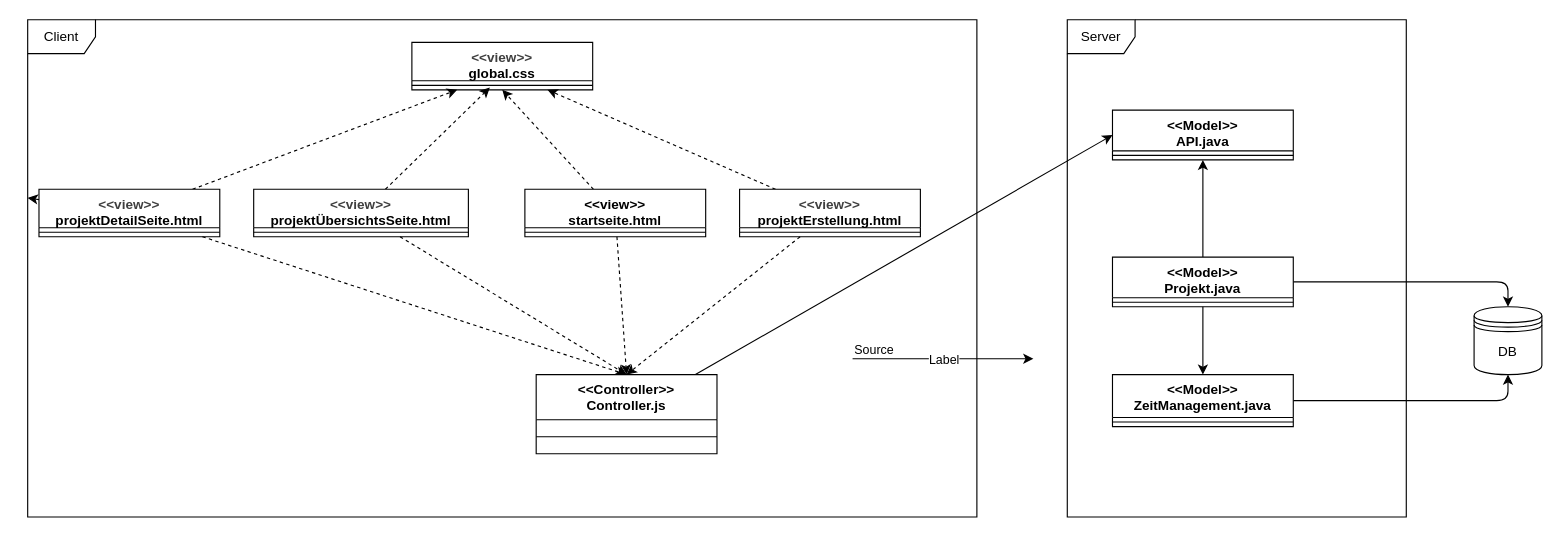
Weltenschlange/WebDev keeps this draw.io diagram as Praktikum 3/ArtefaktDiagram.dio. Above is the earlier version. Source tidied: cells renumbered, new cells numbered last; positions are measured from the earlier drawing's top-left corner, leaving out a move shared by most shapes. Both pictures are drawn from the tidied source at 113%, with x=0, y=0 at pixel (27, 19).
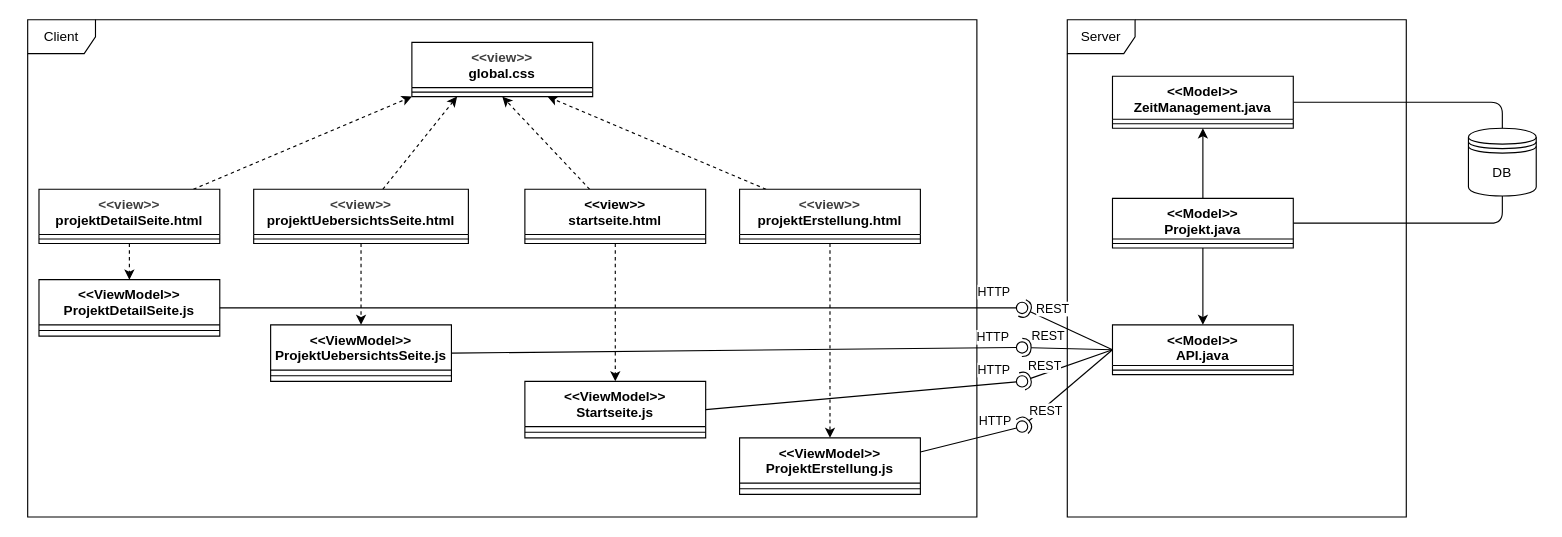
The same diagram, later.

The change refers to these unchanged cells:
```xml
<mxCell id="28" value="Client" style="shape=umlFrame;whiteSpace=wrap;html=1;" parent="1" vertex="1">
  <mxGeometry width="840" height="440" as="geometry" />
</mxCell>
```

What changed in the source:
```diff
@@
-    <mxCell id="2" value="&lt;div style=&quot;color: rgb(63, 63, 63); scrollbar-color: rgb(226, 226, 226) rgb(251, 251, 251);&quot;&gt;&amp;lt;&amp;lt;view&amp;gt;&amp;gt;&lt;/div&gt;&lt;span style=&quot;color: rgb(0, 0, 0);&quot;&gt;&lt;/span&gt;global.css" style="swimlane;fontStyle=1;align=center;verticalAlign=top;horizontal=1;startSize=34;whiteSpace=wrap;html=1;" parent="1" vertex="1">
-      <mxGeometry x="340" y="20" width="160" height="42" as="geometry" />
+    <mxCell id="2" value="&lt;div style=&quot;color: rgb(63, 63, 63); scrollbar-color: rgb(226, 226, 226) rgb(251, 251, 251);&quot;&gt;&amp;lt;&amp;lt;view&amp;gt;&amp;gt;&lt;/div&gt;&lt;span style=&quot;color: rgb(0, 0, 0);&quot;&gt;&lt;/span&gt;global.css" style="swimlane;fontStyle=1;align=center;verticalAlign=top;horizontal=1;startSize=40;whiteSpace=wrap;html=1;" parent="1" vertex="1">
+      <mxGeometry x="340" y="20" width="160" height="48" as="geometry" />
     </mxCell>
     <mxCell id="3" style="line;strokeWidth=1;fillColor=none;align=left;verticalAlign=middle;spacingTop=-1;spacingLeft=3;spacingRight=3;labelPosition=right;points=[];portConstraint=eastwest;strokeColor=inherit;" parent="2" vertex="1">
-      <mxGeometry y="34" width="160" height="8" as="geometry" />
+      <mxGeometry y="40" width="160" height="8" as="geometry" />
     </mxCell>
-    <mxCell id="4" style="edgeStyle=none;html=1;entryX=0.431;entryY=0.75;entryDx=0;entryDy=0;dashed=1;entryPerimeter=0;" parent="1" edge="1" source="6" target="3">
+    <mxCell id="4" style="edgeStyle=none;html=1;entryX=0.25;entryY=1;entryDx=0;entryDy=0;dashed=1;" parent="1" edge="1" source="6" target="2">
       <mxGeometry relative="1" as="geometry" />
     </mxCell>
-    <mxCell id="5" style="edgeStyle=none;html=1;entryX=0.5;entryY=0;entryDx=0;entryDy=0;dashed=1;" parent="1" edge="1" source="6" target="26">
+    <mxCell id="5" style="edgeStyle=none;html=1;entryX=0.5;entryY=0;entryDx=0;entryDy=0;dashed=1;" parent="1" edge="1" source="6" target="43">
       <mxGeometry relative="1" as="geometry" />
     </mxCell>
-    <mxCell id="6" value="&lt;div style=&quot;color: rgb(63, 63, 63); scrollbar-color: rgb(226, 226, 226) rgb(251, 251, 251);&quot;&gt;&amp;lt;&amp;lt;view&amp;gt;&amp;gt;&lt;/div&gt;&lt;span style=&quot;color: rgb(0, 0, 0);&quot;&gt;&lt;/span&gt;projektÜbersichtsSeite.html" style="swimlane;fontStyle=1;align=center;verticalAlign=top;horizontal=1;startSize=34;whiteSpace=wrap;html=1;" parent="1" vertex="1">
-      <mxGeometry x="200" y="150" width="190" height="42" as="geometry" />
+    <mxCell id="6" value="&lt;div style=&quot;color: rgb(63, 63, 63); scrollbar-color: rgb(226, 226, 226) rgb(251, 251, 251);&quot;&gt;&amp;lt;&amp;lt;view&amp;gt;&amp;gt;&lt;/div&gt;&lt;span style=&quot;color: rgb(0, 0, 0);&quot;&gt;&lt;/span&gt;projektUebersichtsSeite.html" style="swimlane;fontStyle=1;align=center;verticalAlign=top;horizontal=1;startSize=40;whiteSpace=wrap;html=1;" parent="1" vertex="1">
+      <mxGeometry x="200" y="150" width="190" height="48" as="geometry" />
     </mxCell>
     <mxCell id="7" style="line;strokeWidth=1;fillColor=none;align=left;verticalAlign=middle;spacingTop=-1;spacingLeft=3;spacingRight=3;labelPosition=right;strokeColor=inherit;" parent="6" vertex="1">
-      <mxGeometry y="34" width="190" height="8" as="geometry" />
+      <mxGeometry y="40" width="190" height="8" as="geometry" />
     </mxCell>
-    <mxCell id="8" style="edgeStyle=none;html=1;entryX=0.5;entryY=0;entryDx=0;entryDy=0;" parent="1" edge="1" source="11" target="31">
+    <mxCell id="8" style="edgeStyle=none;html=1;entryX=0.5;entryY=1;entryDx=0;entryDy=0;" parent="1" edge="1" source="11" target="31">
       <mxGeometry relative="1" as="geometry" />
     </mxCell>
-    <mxCell id="9" style="edgeStyle=none;html=1;entryX=0.5;entryY=1;entryDx=0;entryDy=0;" parent="1" edge="1" source="11" target="35">
+    <mxCell id="9" style="edgeStyle=none;html=1;entryX=0.5;entryY=0;entryDx=0;entryDy=0;" parent="1" edge="1" source="11" target="35">
       <mxGeometry relative="1" as="geometry" />
     </mxCell>
     <mxCell id="10" style="edgeStyle=none;html=1;entryX=0.5;entryY=0;entryDx=0;entryDy=0;" parent="1" edge="1" source="11" target="37">
       <mxGeometry relative="1" as="geometry">
         <Array as="points">
-          <mxPoint x="1310" y="232" />
+          <mxPoint x="1305" y="180" />
         </Array>
       </mxGeometry>
     </mxCell>
     <mxCell id="11" value="&lt;div&gt;&amp;lt;&amp;lt;Model&amp;gt;&amp;gt;&lt;/div&gt;Projekt.java" style="swimlane;fontStyle=1;align=center;verticalAlign=top;horizontal=1;startSize=36;whiteSpace=wrap;html=1;" parent="1" vertex="1">
-      <mxGeometry x="960" y="210" width="160" height="44" as="geometry" />
+      <mxGeometry x="960" y="158" width="160" height="44" as="geometry" />
     </mxCell>
@@
-    <mxCell id="14" style="edgeStyle=none;html=1;entryX=0.5;entryY=0;entryDx=0;entryDy=0;dashed=1;" parent="1" edge="1" source="15" target="26">
+    <mxCell id="14" style="edgeStyle=none;html=1;entryX=0.5;entryY=0;entryDx=0;entryDy=0;dashed=1;" parent="1" edge="1" source="15" target="41">
       <mxGeometry relative="1" as="geometry" />
     </mxCell>
-    <mxCell id="15" value="&lt;div&gt;&amp;lt;&amp;lt;view&amp;gt;&amp;gt;&lt;/div&gt;startseite.html" style="swimlane;fontStyle=1;align=center;verticalAlign=top;horizontal=1;startSize=34;whiteSpace=wrap;html=1;" parent="1" vertex="1">
-      <mxGeometry x="440" y="150" width="160" height="42" as="geometry" />
+    <mxCell id="15" value="&lt;div&gt;&amp;lt;&amp;lt;view&amp;gt;&amp;gt;&lt;/div&gt;startseite.html" style="swimlane;fontStyle=1;align=center;verticalAlign=top;horizontal=1;startSize=40;whiteSpace=wrap;html=1;" parent="1" vertex="1">
+      <mxGeometry x="440" y="150" width="160" height="48" as="geometry" />
     </mxCell>
     <mxCell id="16" style="line;strokeWidth=1;fillColor=none;align=left;verticalAlign=middle;spacingTop=-1;spacingLeft=3;spacingRight=3;labelPosition=right;strokeColor=inherit;" parent="15" vertex="1">
-      <mxGeometry y="34" width="160" height="8" as="geometry" />
+      <mxGeometry y="40" width="160" height="8" as="geometry" />
     </mxCell>
-    <mxCell id="17" style="edgeStyle=none;html=1;entryX=0.25;entryY=1;entryDx=0;entryDy=0;dashed=1;" parent="1" edge="1" source="20" target="2">
+    <mxCell id="17" style="edgeStyle=none;html=1;entryX=0;entryY=1;entryDx=0;entryDy=0;dashed=1;" parent="1" edge="1" source="20" target="2">
       <mxGeometry relative="1" as="geometry" />
     </mxCell>
-    <mxCell id="18" style="edgeStyle=none;html=1;entryX=0.5;entryY=0;entryDx=0;entryDy=0;dashed=1;" parent="1" edge="1" source="20" target="26">
+    <mxCell id="18" style="edgeStyle=none;html=1;entryX=0.5;entryY=0;entryDx=0;entryDy=0;dashed=1;" parent="1" edge="1" source="20" target="45">
       <mxGeometry relative="1" as="geometry" />
     </mxCell>
-    <mxCell id="19" style="edgeStyle=none;html=1;" parent="1" edge="1" source="20" target="28">
-      <mxGeometry relative="1" as="geometry" />
-    </mxCell>
-    <mxCell id="20" value="&lt;div style=&quot;color: rgb(63, 63, 63); scrollbar-color: rgb(226, 226, 226) rgb(251, 251, 251);&quot;&gt;&amp;lt;&amp;lt;view&amp;gt;&amp;gt;&lt;/div&gt;&lt;span style=&quot;color: rgb(0, 0, 0);&quot;&gt;&lt;/span&gt;projektDetailSeite.html" style="swimlane;fontStyle=1;align=center;verticalAlign=top;horizontal=1;startSize=34;whiteSpace=wrap;html=1;" parent="1" vertex="1">
-      <mxGeometry x="10" y="150" width="160" height="42" as="geometry" />
+    <mxCell id="20" value="&lt;div style=&quot;color: rgb(63, 63, 63); scrollbar-color: rgb(226, 226, 226) rgb(251, 251, 251);&quot;&gt;&amp;lt;&amp;lt;view&amp;gt;&amp;gt;&lt;/div&gt;&lt;span style=&quot;color: rgb(0, 0, 0);&quot;&gt;&lt;/span&gt;projektDetailSeite.html" style="swimlane;fontStyle=1;align=center;verticalAlign=top;horizontal=1;startSize=40;whiteSpace=wrap;html=1;" parent="1" vertex="1">
+      <mxGeometry x="10" y="150" width="160" height="48" as="geometry" />
     </mxCell>
     <mxCell id="21" style="line;strokeWidth=1;fillColor=none;align=left;verticalAlign=middle;spacingTop=-1;spacingLeft=3;spacingRight=3;labelPosition=right;strokeColor=inherit;" parent="20" vertex="1">
-      <mxGeometry y="34" width="160" height="8" as="geometry" />
+      <mxGeometry y="40" width="160" height="8" as="geometry" />
     </mxCell>
@@
-    <mxCell id="24" value="&lt;div style=&quot;color: rgb(63, 63, 63); scrollbar-color: rgb(226, 226, 226) rgb(251, 251, 251);&quot;&gt;&amp;lt;&amp;lt;view&amp;gt;&amp;gt;&lt;/div&gt;&lt;span style=&quot;color: rgb(0, 0, 0);&quot;&gt;&lt;/span&gt;projektErstellung.html" style="swimlane;fontStyle=1;align=center;verticalAlign=top;horizontal=1;startSize=34;whiteSpace=wrap;html=1;" parent="1" vertex="1">
-      <mxGeometry x="630" y="150" width="160" height="42" as="geometry" />
+    <mxCell id="24" value="&lt;div style=&quot;color: rgb(63, 63, 63); scrollbar-color: rgb(226, 226, 226) rgb(251, 251, 251);&quot;&gt;&amp;lt;&amp;lt;view&amp;gt;&amp;gt;&lt;/div&gt;&lt;span style=&quot;color: rgb(0, 0, 0);&quot;&gt;&lt;/span&gt;projektErstellung.html" style="swimlane;fontStyle=1;align=center;verticalAlign=top;horizontal=1;startSize=40;whiteSpace=wrap;html=1;" parent="1" vertex="1">
+      <mxGeometry x="630" y="150" width="160" height="48" as="geometry" />
     </mxCell>
     <mxCell id="25" style="line;strokeWidth=1;fillColor=none;align=left;verticalAlign=middle;spacingTop=-1;spacingLeft=3;spacingRight=3;labelPosition=right;strokeColor=inherit;" parent="24" vertex="1">
-      <mxGeometry y="34" width="160" height="8" as="geometry" />
+      <mxGeometry y="40" width="160" height="8" as="geometry" />
     </mxCell>
-    <mxCell id="26" value="&lt;div&gt;&amp;lt;&amp;lt;Controller&amp;gt;&amp;gt;&lt;/div&gt;Controller.js" style="swimlane;fontStyle=1;align=center;verticalAlign=top;horizontal=1;startSize=40;whiteSpace=wrap;html=1;" parent="1" vertex="1">
-      <mxGeometry x="450" y="314" width="160" height="70" as="geometry" />
+    <mxCell id="26" value="&lt;div&gt;&amp;lt;&amp;lt;ViewModel&amp;gt;&amp;gt;&lt;/div&gt;ProjektErstellung.js" style="swimlane;fontStyle=1;align=center;verticalAlign=top;horizontal=1;startSize=40;whiteSpace=wrap;html=1;" parent="1" vertex="1">
+      <mxGeometry x="630" y="370" width="160" height="50" as="geometry" />
     </mxCell>
     <mxCell id="27" style="line;strokeWidth=1;fillColor=none;align=left;verticalAlign=middle;spacingTop=-1;spacingLeft=3;spacingRight=3;labelPosition=right;strokeColor=inherit;" parent="26" vertex="1">
-      <mxGeometry y="40" width="160" height="30" as="geometry" />
+      <mxGeometry y="40" width="160" height="10" as="geometry" />
     </mxCell>
@@
     <mxCell id="30" style="edgeStyle=none;html=1;entryX=0.5;entryY=1;entryDx=0;entryDy=0;" parent="1" edge="1" source="31" target="37">
       <mxGeometry relative="1" as="geometry">
         <Array as="points">
-          <mxPoint x="1310" y="337" />
+          <mxPoint x="1305" y="73" />
         </Array>
       </mxGeometry>
     </mxCell>
     <mxCell id="31" value="&lt;div&gt;&amp;lt;&amp;lt;Model&amp;gt;&amp;gt;&lt;/div&gt;ZeitManagement.java" style="swimlane;fontStyle=1;align=center;verticalAlign=top;horizontal=1;startSize=38;whiteSpace=wrap;html=1;" parent="1" vertex="1">
-      <mxGeometry x="960" y="314" width="160" height="46" as="geometry" />
+      <mxGeometry x="960" y="50" width="160" height="46" as="geometry" />
     </mxCell>
@@
-    <mxCell id="33" style="ellipse;whiteSpace=wrap;html=1;align=center;fillColor=none;strokeColor=none;perimeter=centerPerimeter;" parent="1" vertex="1">
-      <mxGeometry x="780" y="330" width="10" height="10" as="geometry" />
-    </mxCell>
-    <mxCell id="34" style="edgeStyle=none;html=1;entryX=0;entryY=0.5;entryDx=0;entryDy=0;" parent="1" edge="1" source="26" target="35">
-      <mxGeometry relative="1" as="geometry" />
-    </mxCell>
     <mxCell id="35" value="&lt;div&gt;&amp;lt;&amp;lt;Model&amp;gt;&amp;gt;&lt;/div&gt;&lt;div&gt;API&lt;span style=&quot;background-color: transparent;&quot;&gt;.java&lt;/span&gt;&lt;/div&gt;" style="swimlane;fontStyle=1;align=center;verticalAlign=top;horizontal=1;startSize=36;whiteSpace=wrap;html=1;" parent="1" vertex="1">
-      <mxGeometry x="960" y="80" width="160" height="44" as="geometry" />
+      <mxGeometry x="960" y="270" width="160" height="44" as="geometry" />
     </mxCell>
@@
     <mxCell id="37" value="DB" style="shape=datastore;whiteSpace=wrap;html=1;" parent="1" vertex="1">
-      <mxGeometry x="1280" y="254" width="60" height="60" as="geometry" />
+      <mxGeometry x="1275" y="96" width="60" height="60" as="geometry" />
     </mxCell>
-    <mxCell id="38" style="endArrow=classic;html=1;" parent="1" edge="1">
-      <mxGeometry relative="1" as="geometry">
-        <mxPoint x="730" y="300" as="sourcePoint" />
-        <mxPoint x="890" y="300" as="targetPoint" />
-      </mxGeometry>
-    </mxCell>
-    <mxCell id="39" value="Label" style="edgeLabel;html=1;align=center;verticalAlign=middle;" parent="38" vertex="1">
-      <mxGeometry relative="1" as="geometry" />
-    </mxCell>
-    <mxCell id="40" value="Source" style="edgeLabel;html=1;align=left;verticalAlign=bottom;" parent="38" vertex="1">
-      <mxGeometry x="-1" relative="1" as="geometry" />
-    </mxCell>
+    <mxCell id="41" value="&lt;div&gt;&amp;lt;&amp;lt;ViewModel&amp;gt;&amp;gt;&lt;/div&gt;Startseite.js" style="swimlane;fontStyle=1;align=center;verticalAlign=top;horizontal=1;startSize=40;whiteSpace=wrap;html=1;" parent="1" vertex="1">
+      <mxGeometry x="440" y="320" width="160" height="50" as="geometry" />
+    </mxCell>
+    <mxCell id="42" style="line;strokeWidth=1;fillColor=none;align=left;verticalAlign=middle;spacingTop=-1;spacingLeft=3;spacingRight=3;labelPosition=right;strokeColor=inherit;" parent="41" vertex="1">
+      <mxGeometry y="40" width="160" height="10" as="geometry" />
+    </mxCell>
+    <mxCell id="43" value="&lt;div&gt;&amp;lt;&amp;lt;ViewModel&amp;gt;&amp;gt;&lt;/div&gt;ProjektUebersichtsSeite.js" style="swimlane;fontStyle=1;align=center;verticalAlign=top;horizontal=1;startSize=40;whiteSpace=wrap;html=1;" parent="1" vertex="1">
+      <mxGeometry x="215" y="270" width="160" height="50" as="geometry" />
+    </mxCell>
+    <mxCell id="44" style="line;strokeWidth=1;fillColor=none;align=left;verticalAlign=middle;spacingTop=-1;spacingLeft=3;spacingRight=3;labelPosition=right;strokeColor=inherit;" parent="43" vertex="1">
+      <mxGeometry y="40" width="160" height="10" as="geometry" />
+    </mxCell>
+    <mxCell id="45" value="&lt;div&gt;&amp;lt;&amp;lt;ViewModel&amp;gt;&amp;gt;&lt;/div&gt;ProjektDetailSeite.js" style="swimlane;fontStyle=1;align=center;verticalAlign=top;horizontal=1;startSize=40;whiteSpace=wrap;html=1;" parent="1" vertex="1">
+      <mxGeometry x="10" y="230" width="160" height="50" as="geometry" />
+    </mxCell>
+    <mxCell id="46" style="line;strokeWidth=1;fillColor=none;align=left;verticalAlign=middle;spacingTop=-1;spacingLeft=3;spacingRight=3;labelPosition=right;strokeColor=inherit;" parent="45" vertex="1">
+      <mxGeometry y="40" width="160" height="10" as="geometry" />
+    </mxCell>
+    <mxCell id="47" style="group;" parent="1" vertex="1">
+      <mxGeometry x="880" y="360" as="geometry" />
+    </mxCell>
+    <mxCell id="48" style="rounded=0;jettySize=auto;html=1;endArrow=halfCircle;endFill=0;endSize=6;strokeWidth=1;sketch=0;exitX=0;exitY=0.5;exitDx=0;exitDy=0;" parent="47" edge="1" source="35">
+      <mxGeometry relative="1" as="geometry">
+        <mxPoint as="targetPoint" />
+      </mxGeometry>
+    </mxCell>
+    <mxCell id="49" value="REST" style="edgeLabel;html=1;align=center;verticalAlign=middle;" parent="48" vertex="1">
+      <mxGeometry x="0.48" y="1" relative="1" as="geometry">
+        <mxPoint x="-1" y="2" as="offset" />
+      </mxGeometry>
+    </mxCell>
+    <mxCell id="50" style="rounded=0;jettySize=auto;html=1;endArrow=oval;endFill=0;sketch=0;sourcePerimeterSpacing=0;targetPerimeterSpacing=0;endSize=10;exitX=1;exitY=0.25;exitDx=0;exitDy=0;" parent="47" edge="1" source="26">
+      <mxGeometry relative="1" as="geometry">
+        <mxPoint as="targetPoint" />
+      </mxGeometry>
+    </mxCell>
+    <mxCell id="51" value="HTTP" style="edgeLabel;html=1;align=center;verticalAlign=middle;" parent="50" vertex="1">
+      <mxGeometry x="0.93" y="-1" relative="1" as="geometry">
+        <mxPoint x="-22" y="-7" as="offset" />
+      </mxGeometry>
+    </mxCell>
+    <mxCell id="52" style="group;" parent="1" vertex="1">
+      <mxGeometry x="820" y="255" as="geometry" />
+    </mxCell>
+    <mxCell id="53" style="rounded=0;jettySize=auto;html=1;endArrow=halfCircle;endFill=0;endSize=6;strokeWidth=1;sketch=0;exitX=0;exitY=0.5;exitDx=0;exitDy=0;" parent="52" edge="1" source="35">
+      <mxGeometry relative="1" as="geometry">
+        <mxPoint x="60" as="targetPoint" />
+      </mxGeometry>
+    </mxCell>
+    <mxCell id="54" value="REST" style="edgeLabel;html=1;align=center;verticalAlign=middle;" parent="53" vertex="1">
+      <mxGeometry x="0.48" y="1" relative="1" as="geometry">
+        <mxPoint x="6" y="-10" as="offset" />
+      </mxGeometry>
+    </mxCell>
+    <mxCell id="55" style="rounded=0;jettySize=auto;html=1;endArrow=oval;endFill=0;sketch=0;sourcePerimeterSpacing=0;targetPerimeterSpacing=0;endSize=10;exitX=1;exitY=0.5;exitDx=0;exitDy=0;" parent="52" edge="1" source="45">
+      <mxGeometry relative="1" as="geometry">
+        <mxPoint x="60" as="targetPoint" />
+      </mxGeometry>
+    </mxCell>
+    <mxCell id="56" value="HTTP" style="edgeLabel;html=1;align=center;verticalAlign=middle;" parent="55" vertex="1">
+      <mxGeometry x="0.93" y="-1" relative="1" as="geometry">
+        <mxPoint x="-1" y="-16" as="offset" />
+      </mxGeometry>
+    </mxCell>
+    <mxCell id="57" style="group;" parent="1" vertex="1">
+      <mxGeometry x="850" y="270" width="10" height="10" as="geometry" />
+    </mxCell>
+    <mxCell id="58" style="rounded=0;jettySize=auto;html=1;endArrow=halfCircle;endFill=0;endSize=6;strokeWidth=1;sketch=0;exitX=0;exitY=0.5;exitDx=0;exitDy=0;" parent="57" edge="1" source="35">
+      <mxGeometry relative="1" as="geometry">
+        <mxPoint x="30" y="20" as="targetPoint" />
+      </mxGeometry>
+    </mxCell>
+    <mxCell id="59" value="REST" style="edgeLabel;html=1;align=center;verticalAlign=middle;" parent="58" vertex="1">
+      <mxGeometry x="0.48" y="1" relative="1" as="geometry">
+        <mxPoint x="2" y="-12" as="offset" />
+      </mxGeometry>
+    </mxCell>
+    <mxCell id="60" style="rounded=0;jettySize=auto;html=1;endArrow=oval;endFill=0;sketch=0;sourcePerimeterSpacing=0;targetPerimeterSpacing=0;endSize=10;exitX=1;exitY=0.5;exitDx=0;exitDy=0;" parent="57" edge="1" source="43">
+      <mxGeometry relative="1" as="geometry">
+        <mxPoint x="30" y="20" as="targetPoint" />
+      </mxGeometry>
+    </mxCell>
+    <mxCell id="61" value="HTTP" style="edgeLabel;html=1;align=center;verticalAlign=middle;" parent="60" vertex="1">
+      <mxGeometry x="0.93" y="-1" relative="1" as="geometry">
+        <mxPoint x="-8" y="-11" as="offset" />
+      </mxGeometry>
+    </mxCell>
+    <mxCell id="62" style="group;" parent="1" vertex="1">
+      <mxGeometry x="910" y="290" as="geometry" />
+    </mxCell>
+    <mxCell id="63" style="rounded=0;jettySize=auto;html=1;endArrow=halfCircle;endFill=0;endSize=6;strokeWidth=1;sketch=0;exitX=0;exitY=0.5;exitDx=0;exitDy=0;" parent="62" edge="1" source="35">
+      <mxGeometry relative="1" as="geometry">
+        <mxPoint x="-30" y="30" as="targetPoint" />
+      </mxGeometry>
+    </mxCell>
+    <mxCell id="64" value="REST" style="edgeLabel;html=1;align=center;verticalAlign=middle;" parent="63" vertex="1">
+      <mxGeometry x="0.48" y="1" relative="1" as="geometry">
+        <mxPoint x="-1" y="-8" as="offset" />
+      </mxGeometry>
+    </mxCell>
+    <mxCell id="65" style="rounded=0;jettySize=auto;html=1;endArrow=oval;endFill=0;sketch=0;sourcePerimeterSpacing=0;targetPerimeterSpacing=0;endSize=10;exitX=1;exitY=0.5;exitDx=0;exitDy=0;" parent="62" edge="1" source="41">
+      <mxGeometry relative="1" as="geometry">
+        <mxPoint x="-30" y="30" as="targetPoint" />
+      </mxGeometry>
+    </mxCell>
+    <mxCell id="66" value="HTTP" style="edgeLabel;html=1;align=center;verticalAlign=middle;" parent="65" vertex="1">
+      <mxGeometry x="0.93" y="-1" relative="1" as="geometry">
+        <mxPoint x="-16" y="-12" as="offset" />
+      </mxGeometry>
+    </mxCell>
```
